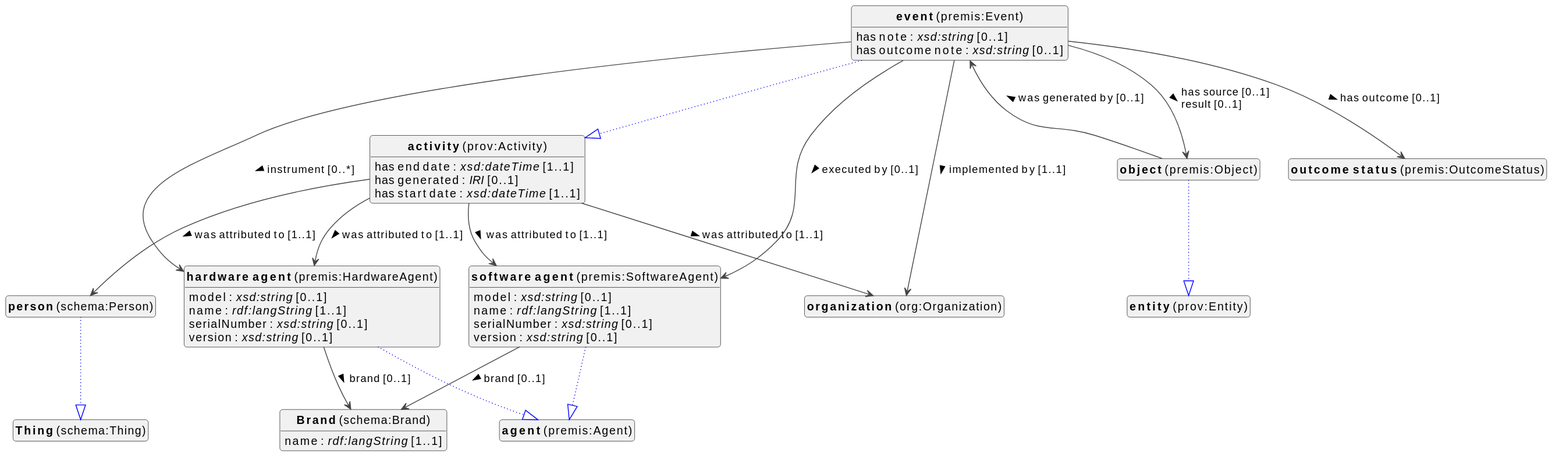
Earlier version of the PlantUML export docs/metadata/knowledge-graph/0.0.1/events/en/events-diagram.svg (viaacode/documentation-jekyll).
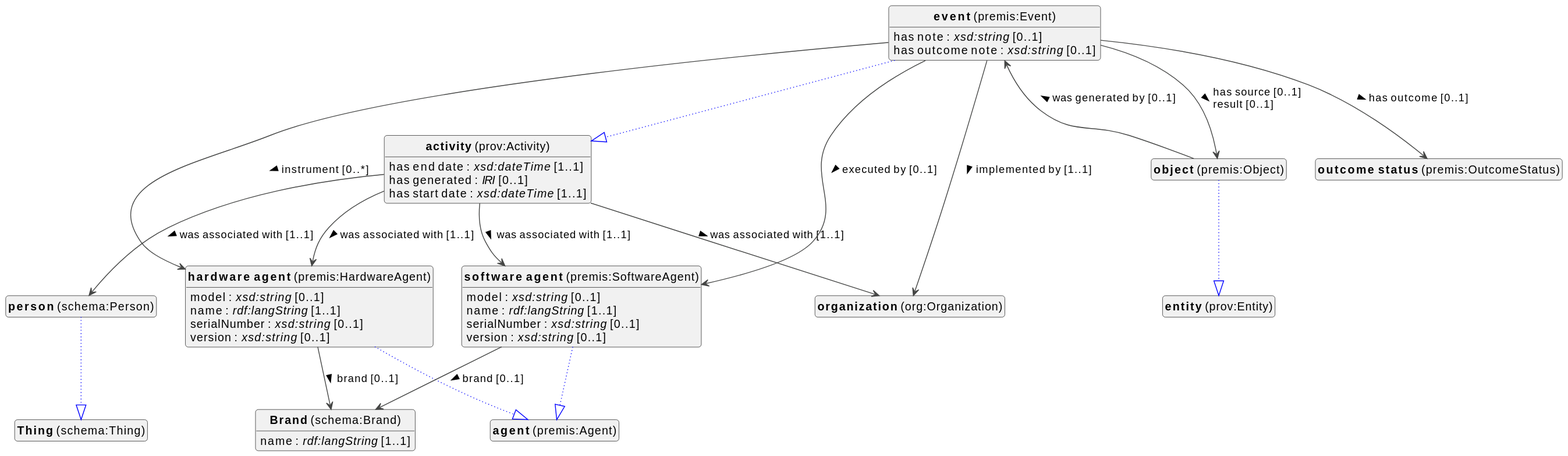
The same diagram one commit later.

What changed in the source:
```diff
@@ -34,10 +34,10 @@
 prov_Activity : has generated : <i>IRI</i> [0..1]
 prov_Activity : has start date : <i>xsd:dateTime</i> [1..1]
 
-prov_Activity --> org_Organization :was attributed to [1..1]  >
-prov_Activity --> premis_HardwareAgent :was attributed to [1..1]  >
-prov_Activity --> premis_SoftwareAgent :was attributed to [1..1]  >
-prov_Activity --> schema_Person :was attributed to [1..1]  >
+prov_Activity --> org_Organization :was associated with [1..1]  >
+prov_Activity --> premis_HardwareAgent :was associated with [1..1]  >
+prov_Activity --> premis_SoftwareAgent :was associated with [1..1]  >
+prov_Activity --> schema_Person :was associated with [1..1]  >
 
 
 premis_Event --|> prov_Activity #blue;line.dotted;text:blue
```
